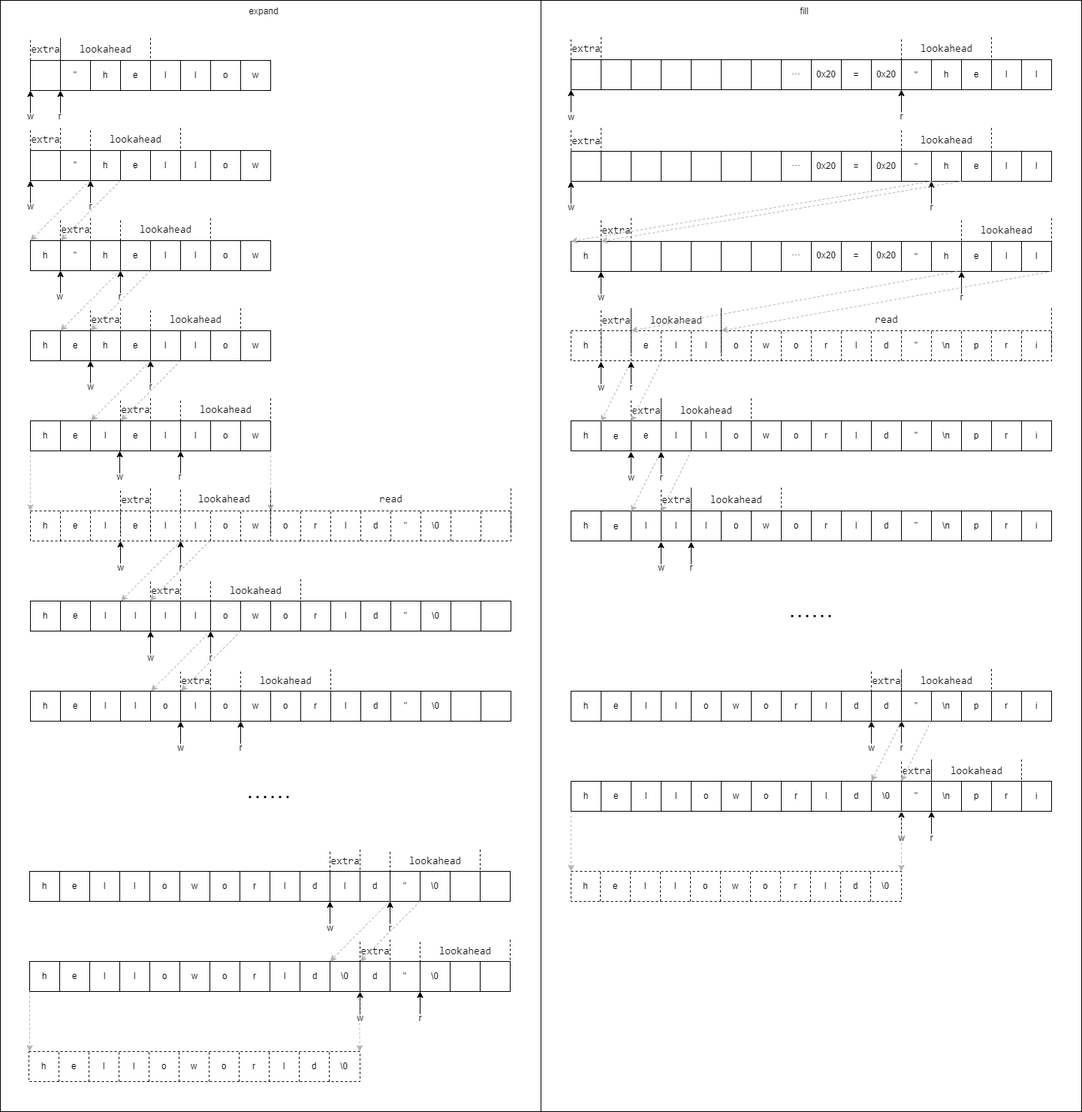
The draw.io diagram doc/io_memory_model.drawio.png in ShunzDai/candy, before a commit. Source tidied: cells renumbered, new cells last; positions are measured from the earlier drawing's top-left corner, leaving out a move shared by most shapes.
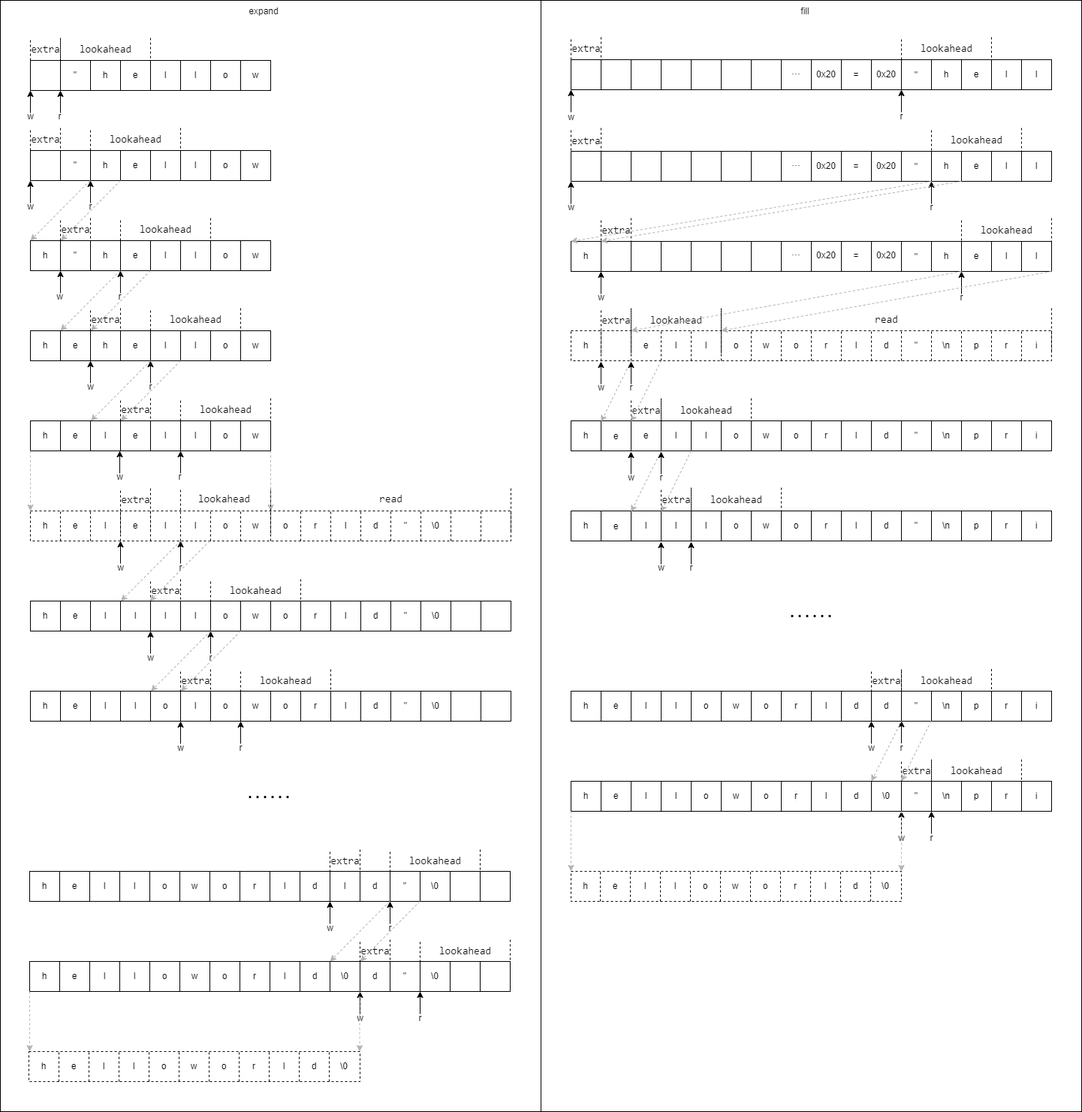
The same diagram one commit later.

Commit message:
fix(doc):修复`io`结构图的一处构图错误

Diff of the diagram source:
```diff
@@ -1665,7 +1665,7 @@
       <mxGeometry x="760" y="49" width="40" height="60" as="geometry" />
     </mxCell>
     <mxCell id="384" style="shape=partialRectangle;whiteSpace=wrap;html=1;top=0;bottom=0;fillColor=none;labelBackgroundColor=default;fontColor=#0C120A;dashed=1;" parent="1" vertex="1">
-      <mxGeometry x="1200" y="170" width="120" height="60" as="geometry" />
+      <mxGeometry x="1240" y="170" width="120" height="60" as="geometry" />
     </mxCell>
     <mxCell id="385" value="&lt;span style=&quot;color: rgba(0, 0, 0, 0); font-family: monospace; font-size: 0px; text-align: start;&quot;&gt;%3CmxGraphModel%3E%3Croot%3E%3CmxCell%20id%3D%220%22%2F%3E%3CmxCell%20id%3D%221%22%20parent%3D%220%22%2F%3E%3CmxCell%20id%3D%222%22%20value%3D%22%26quot%3B%22%20style%3D%22text%3Bhtml%3D1%3BstrokeColor%3Dnone%3BfillColor%3Dnone%3Balign%3Dcenter%3BverticalAlign%3Dmiddle%3BwhiteSpace%3Dwrap%3Brounded%3D0%3B%22%20vertex%3D%221%22%20parent%3D%221%22%3E%3CmxGeometry%20x%3D%2280%22%20y%3D%2240%22%20width%3D%2240%22%20height%3D%2240%22%20as%3D%22geometry%22%2F%3E%3C%2FmxCell%3E%3C%2Froot%3E%3C%2FmxGraphModel%3E&lt;/span&gt;" style="rounded=0;whiteSpace=wrap;html=1;" parent="1" vertex="1">
       <mxGeometry x="760" y="201" width="640" height="40" as="geometry" />
@@ -1779,7 +1779,7 @@
       </mxGeometry>
     </mxCell>
     <mxCell id="405" value="&lt;div style=&quot;font-family: Consolas, &amp;quot;Courier New&amp;quot;, monospace; font-size: 14px; line-height: 19px;&quot;&gt;&lt;font color=&quot;#0c120a&quot;&gt;lookahead&lt;/font&gt;&lt;/div&gt;" style="text;html=1;align=center;verticalAlign=middle;strokeColor=none;fillColor=none;labelBackgroundColor=default;" parent="1" vertex="1">
-      <mxGeometry x="1215" y="171" width="90" height="30" as="geometry" />
+      <mxGeometry x="1255" y="171" width="90" height="30" as="geometry" />
     </mxCell>
     <mxCell id="406" value="&lt;div style=&quot;font-family: Consolas, &amp;quot;Courier New&amp;quot;, monospace; font-size: 14px; line-height: 19px;&quot;&gt;&lt;font color=&quot;#0c120a&quot;&gt;extra&lt;/font&gt;&lt;/div&gt;" style="text;html=1;align=center;verticalAlign=middle;strokeColor=none;fillColor=none;labelBackgroundColor=default;" parent="1" vertex="1">
       <mxGeometry x="750" y="172" width="60" height="30" as="geometry" />
@@ -2083,10 +2083,8 @@
     <mxCell id="473" value="p" style="text;html=1;strokeColor=none;fillColor=none;align=center;verticalAlign=middle;whiteSpace=wrap;rounded=0;" parent="1" vertex="1">
       <mxGeometry x="1280" y="440" width="40" height="40" as="geometry" />
     </mxCell>
-    <mxCell id="474" style="endArrow=classic;html=1;rounded=0;exitX=0;exitY=1;exitDx=0;exitDy=0;dashed=1;strokeColor=#B3B3B3;entryX=1;entryY=0.5;entryDx=0;entryDy=0;" parent="1" edge="1" target="478">
-      <mxGeometry relative="1" as="geometry">
-        <mxPoint x="1280" y="360" as="sourcePoint" />
-      </mxGeometry>
+    <mxCell id="474" style="endArrow=classic;html=1;rounded=0;exitX=0;exitY=1;exitDx=0;exitDy=0;dashed=1;strokeColor=#B3B3B3;entryX=1;entryY=0.5;entryDx=0;entryDy=0;" parent="1" edge="1" source="438" target="478">
+      <mxGeometry relative="1" as="geometry" />
     </mxCell>
     <mxCell id="475" style="endArrow=classic;html=1;rounded=0;entryX=0;entryY=1;entryDx=0;entryDy=0;" parent="1" edge="1">
       <mxGeometry relative="1" as="geometry">
```
